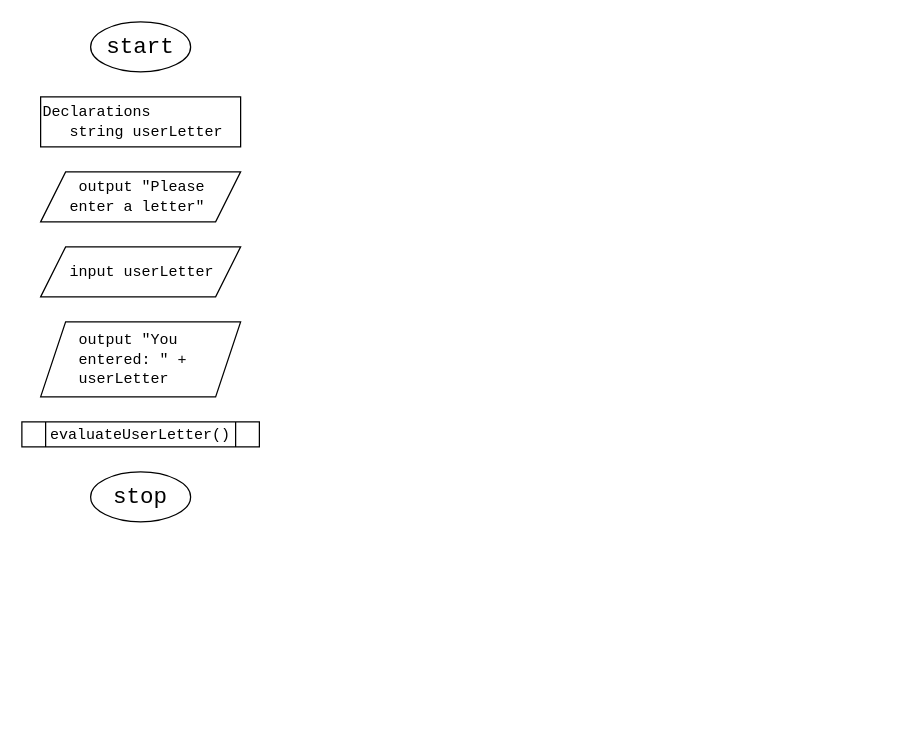
Above: csc205-module2-ct.drawio in argounova/draw-io (draw.io), before the change. Source tidied: cells renumbered, new cells numbered last; positions are measured from the earlier drawing's top-left corner, leaving out a move shared by most shapes. Both pictures are drawn from the tidied source at 125%, with x=0, y=0 at pixel (21, 21).
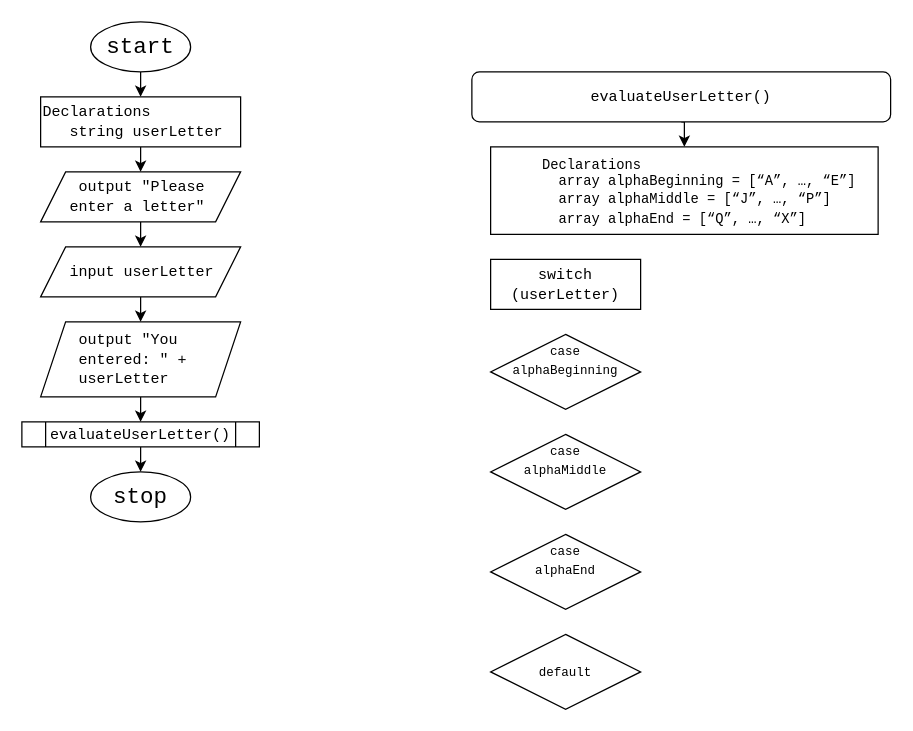
The same page after the edit.

Unchanged cells that the change refers to:
```xml
<mxCell id="2" value="&lt;font style=&quot;font-size: 18px;&quot; face=&quot;Courier New&quot;&gt;start&lt;/font&gt;" style="ellipse;whiteSpace=wrap;html=1;" parent="1" vertex="1">
  <mxGeometry x="55" width="80" height="40" as="geometry" />
</mxCell>
<mxCell id="3" value="&lt;font face=&quot;Courier New&quot;&gt;Declarations&lt;br&gt;&amp;nbsp; &amp;nbsp;string userLetter&lt;/font&gt;" style="rounded=0;whiteSpace=wrap;html=1;align=left;" parent="1" vertex="1">
  <mxGeometry x="15" y="60" width="160" height="40" as="geometry" />
</mxCell>
<mxCell id="4" value="&lt;font face=&quot;Courier New&quot;&gt;&amp;nbsp; &amp;nbsp; output &quot;Please&amp;nbsp; &amp;nbsp; &amp;nbsp; &amp;nbsp;enter a letter&quot;&lt;/font&gt;" style="shape=parallelogram;perimeter=parallelogramPerimeter;whiteSpace=wrap;html=1;fixedSize=1;align=left;" parent="1" vertex="1">
  <mxGeometry x="15" y="120" width="160" height="40" as="geometry" />
</mxCell>
<mxCell id="5" value="&lt;font face=&quot;Courier New&quot;&gt;&amp;nbsp; &amp;nbsp;input userLetter&lt;/font&gt;" style="shape=parallelogram;perimeter=parallelogramPerimeter;whiteSpace=wrap;html=1;fixedSize=1;align=left;" parent="1" vertex="1">
  <mxGeometry x="15" y="180" width="160" height="40" as="geometry" />
</mxCell>
<mxCell id="6" value="&lt;font face=&quot;Courier New&quot;&gt;&amp;nbsp; &amp;nbsp; output &quot;You&amp;nbsp; &amp;nbsp; &amp;nbsp; &amp;nbsp; &amp;nbsp; entered: &quot; +&amp;nbsp; &amp;nbsp; &amp;nbsp; &amp;nbsp; &amp;nbsp; userLetter&lt;/font&gt;" style="shape=parallelogram;perimeter=parallelogramPerimeter;whiteSpace=wrap;html=1;fixedSize=1;align=left;" parent="1" vertex="1">
  <mxGeometry x="15" y="240" width="160" height="60" as="geometry" />
</mxCell>
<mxCell id="7" value="&lt;font face=&quot;Courier New&quot;&gt;evaluateUserLetter()&lt;/font&gt;" style="shape=process;whiteSpace=wrap;html=1;backgroundOutline=1;" parent="1" vertex="1">
  <mxGeometry y="320" width="190" height="20" as="geometry" />
</mxCell>
<mxCell id="8" value="&lt;font style=&quot;font-size: 18px;&quot; face=&quot;Courier New&quot;&gt;stop&lt;/font&gt;" style="ellipse;whiteSpace=wrap;html=1;" parent="1" vertex="1">
  <mxGeometry x="55" y="360" width="80" height="40" as="geometry" />
</mxCell>
```

The edit, as a diff of the source:
```diff
@@
+    <mxCell id="9" style="edgeStyle=orthogonalEdgeStyle;rounded=0;jettySize=auto;html=1;exitX=0.5;exitY=1;exitDx=0;exitDy=0;entryX=0.5;entryY=0;entryDx=0;entryDy=0;" parent="1" edge="1" source="2" target="3">
+      <mxGeometry relative="1" as="geometry" />
+    </mxCell>
@@
+    <mxCell id="10" style="edgeStyle=orthogonalEdgeStyle;rounded=0;jettySize=auto;html=1;exitX=0.5;exitY=1;exitDx=0;exitDy=0;entryX=0.5;entryY=0;entryDx=0;entryDy=0;" parent="1" edge="1" source="3" target="4">
+      <mxGeometry relative="1" as="geometry" />
+    </mxCell>
@@
+    <mxCell id="11" style="edgeStyle=orthogonalEdgeStyle;rounded=0;jettySize=auto;html=1;exitX=0.5;exitY=1;exitDx=0;exitDy=0;entryX=0.5;entryY=0;entryDx=0;entryDy=0;" parent="1" edge="1" source="4" target="5">
+      <mxGeometry relative="1" as="geometry" />
+    </mxCell>
@@
+    <mxCell id="12" style="edgeStyle=orthogonalEdgeStyle;rounded=0;jettySize=auto;html=1;exitX=0.5;exitY=1;exitDx=0;exitDy=0;entryX=0.5;entryY=0;entryDx=0;entryDy=0;" parent="1" edge="1" source="5" target="6">
+      <mxGeometry relative="1" as="geometry" />
+    </mxCell>
@@
+    <mxCell id="13" style="edgeStyle=orthogonalEdgeStyle;rounded=0;jettySize=auto;html=1;exitX=0.5;exitY=1;exitDx=0;exitDy=0;entryX=0.5;entryY=0;entryDx=0;entryDy=0;" parent="1" edge="1" source="6" target="7">
+      <mxGeometry relative="1" as="geometry" />
+    </mxCell>
@@
+    <mxCell id="14" style="edgeStyle=orthogonalEdgeStyle;rounded=0;jettySize=auto;html=1;exitX=0.5;exitY=1;exitDx=0;exitDy=0;entryX=0.5;entryY=0;entryDx=0;entryDy=0;" parent="1" edge="1" source="7" target="8">
+      <mxGeometry relative="1" as="geometry" />
+    </mxCell>
@@
+    <mxCell id="15" style="edgeStyle=orthogonalEdgeStyle;rounded=0;jettySize=auto;html=1;exitX=0.5;exitY=1;exitDx=0;exitDy=0;entryX=0.5;entryY=0;entryDx=0;entryDy=0;" parent="1" edge="1" source="16" target="17">
+      <mxGeometry relative="1" as="geometry" />
+    </mxCell>
+    <mxCell id="16" value="&lt;font face=&quot;Courier New&quot;&gt;evaluateUserLetter()&lt;/font&gt;" style="rounded=1;whiteSpace=wrap;html=1;" parent="1" vertex="1">
+      <mxGeometry x="360" y="40" width="335" height="40" as="geometry" />
+    </mxCell>
+    <mxCell id="17" value="&lt;div style=&quot;&quot;&gt;&lt;span style=&quot;font-size: 11px; font-family: &amp;quot;Courier New&amp;quot;; background-color: initial;&quot;&gt;&amp;nbsp; &amp;nbsp; &amp;nbsp; Declarations&lt;/span&gt;&lt;/div&gt;&lt;font face=&quot;Courier New&quot; style=&quot;font-size: 11px;&quot;&gt;&lt;div style=&quot;&quot;&gt;&lt;font style=&quot;background-color: initial;&quot;&gt;&amp;nbsp; &amp;nbsp; &amp;nbsp; &amp;nbsp;&amp;nbsp;&lt;/font&gt;&lt;span style=&quot;background-color: initial;&quot;&gt;array alphaBeginning = [“A”, …, “E”]&lt;/span&gt;&lt;/div&gt;&lt;/font&gt;&lt;p style=&quot;margin: 0in; line-height: normal; font-size: 11px;&quot; class=&quot;MsoNormal&quot;&gt;&lt;font face=&quot;Courier New&quot; style=&quot;font-size: 11px;&quot;&gt;&amp;nbsp; &amp;nbsp; &amp;nbsp; &amp;nbsp; array alphaMiddle = [“J”, …, “P”]&lt;/font&gt;&lt;/p&gt;&lt;p style=&quot;margin: 0in; line-height: normal; font-size: 11px;&quot; class=&quot;MsoNormal&quot;&gt;&lt;font face=&quot;Courier New&quot; style=&quot;font-size: 11px;&quot;&gt;&amp;nbsp; &amp;nbsp; &amp;nbsp; &amp;nbsp; array alphaEnd = [“Q”, …, “X”]&lt;/font&gt;&lt;span style=&quot;font-family: &amp;quot;Andale Mono&amp;quot;; font-size: 11pt;&quot;&gt;&lt;/span&gt;&lt;/p&gt;" style="rounded=0;whiteSpace=wrap;html=1;align=left;" parent="1" vertex="1">
+      <mxGeometry x="375" y="100" width="310" height="70" as="geometry" />
+    </mxCell>
+    <mxCell id="18" value="&lt;font face=&quot;Courier New&quot;&gt;switch&lt;br&gt;(userLetter)&lt;br&gt;&lt;/font&gt;" style="rounded=0;whiteSpace=wrap;html=1;" parent="1" vertex="1">
+      <mxGeometry x="375" y="190" width="120" height="40" as="geometry" />
+    </mxCell>
+    <mxCell id="19" value="&lt;font size=&quot;1&quot; face=&quot;Courier New&quot;&gt;case&lt;br&gt;alphaBeginning&lt;br&gt;&lt;/font&gt;" style="rhombus;whiteSpace=wrap;html=1;rounded=0;perimeterSpacing=0;verticalAlign=middle;spacingBottom=20;" parent="1" vertex="1">
+      <mxGeometry x="375" y="250" width="120" height="60" as="geometry" />
+    </mxCell>
+    <mxCell id="20" value="&lt;font size=&quot;1&quot; face=&quot;Courier New&quot;&gt;case&lt;br&gt;alphaMiddle&lt;br&gt;&lt;/font&gt;" style="rhombus;whiteSpace=wrap;html=1;rounded=0;perimeterSpacing=0;verticalAlign=middle;spacingBottom=20;" parent="1" vertex="1">
+      <mxGeometry x="375" y="330" width="120" height="60" as="geometry" />
+    </mxCell>
+    <mxCell id="21" value="&lt;font size=&quot;1&quot; face=&quot;Courier New&quot;&gt;case&lt;br&gt;alphaEnd&lt;br&gt;&lt;/font&gt;" style="rhombus;whiteSpace=wrap;html=1;rounded=0;perimeterSpacing=0;verticalAlign=middle;spacingBottom=20;" parent="1" vertex="1">
+      <mxGeometry x="375" y="410" width="120" height="60" as="geometry" />
+    </mxCell>
+    <mxCell id="22" value="&lt;font size=&quot;1&quot; face=&quot;Courier New&quot;&gt;default&lt;br&gt;&lt;/font&gt;" style="rhombus;whiteSpace=wrap;html=1;rounded=0;perimeterSpacing=0;verticalAlign=middle;spacingBottom=0;" parent="1" vertex="1">
+      <mxGeometry x="375" y="490" width="120" height="60" as="geometry" />
+    </mxCell>
```
